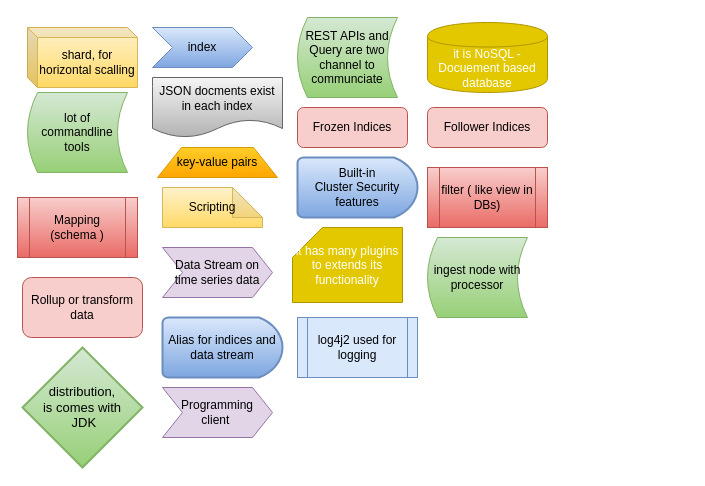
paramothers/books keeps this draw.io diagram as page "ES-General" (1 of 9) of My Articles/elastic stack/Elastic Search Understanding.drawio. Above is the earlier version. Source tidied: cells renumbered, new cells numbered last; positions are measured from the earlier drawing's top-left corner, leaving out a move shared by most shapes. Both pictures are drawn from the tidied source at 100%, with x=0, y=0 at pixel (17, 17).
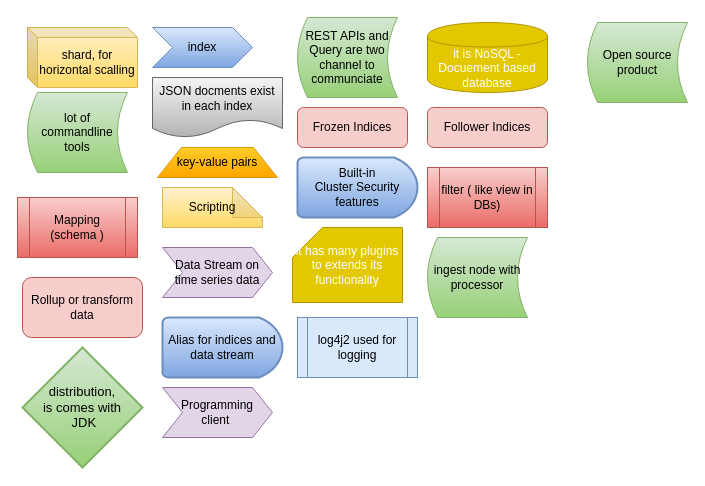
The same page after the edit.

What changed in the source:
```diff
@@
+    <mxCell id="23" value="Open source product" style="shape=dataStorage;whiteSpace=wrap;html=1;strokeWidth=1;gradientColor=#97d077;fillColor=#d5e8d4;strokeColor=#82b366;" parent="1" vertex="1">
+      <mxGeometry x="570" y="5" width="100" height="80" as="geometry" />
+    </mxCell>
```
